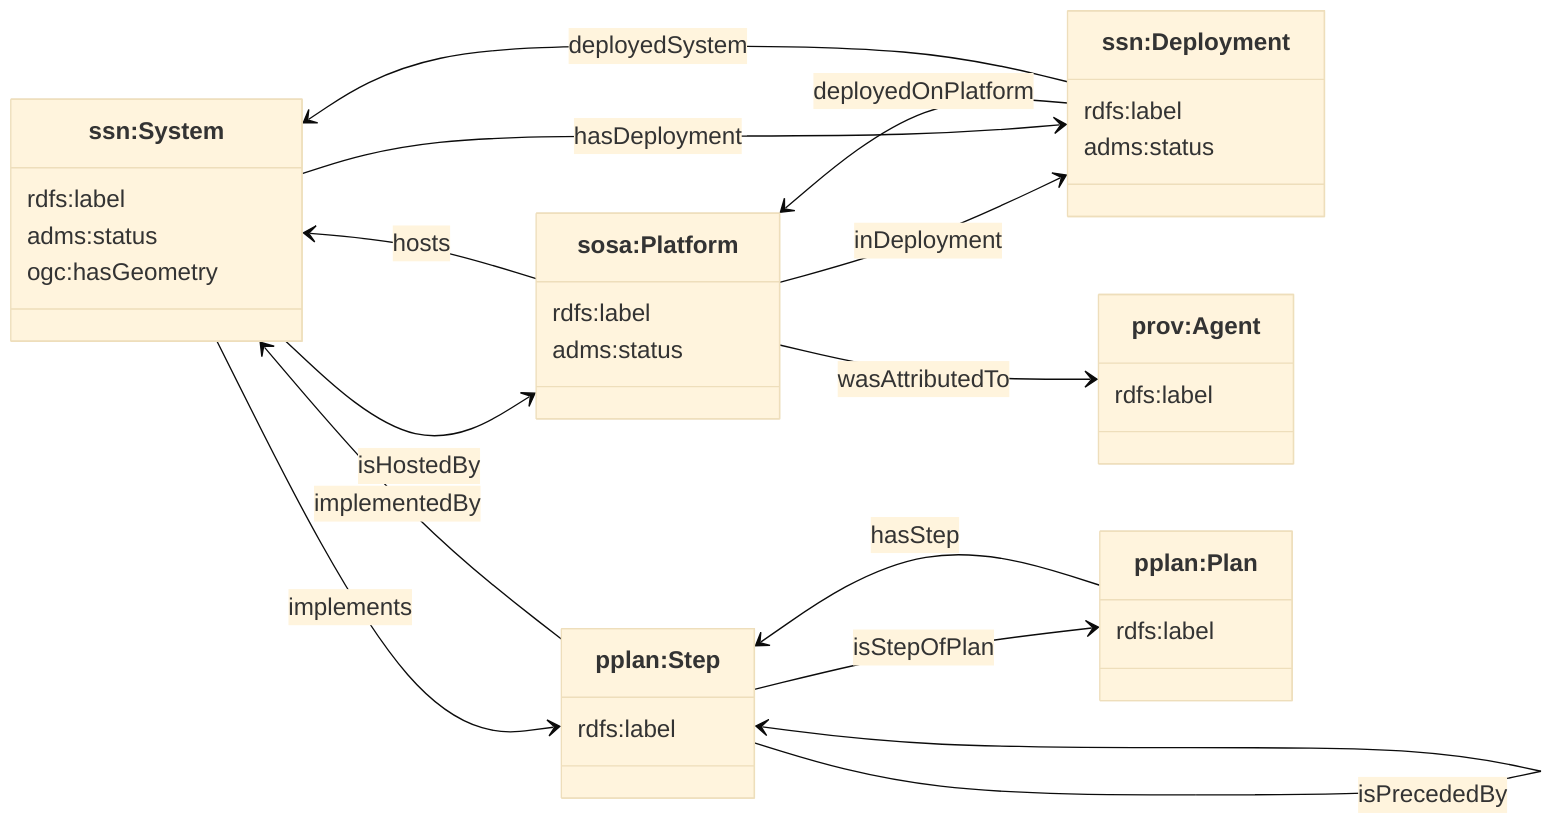
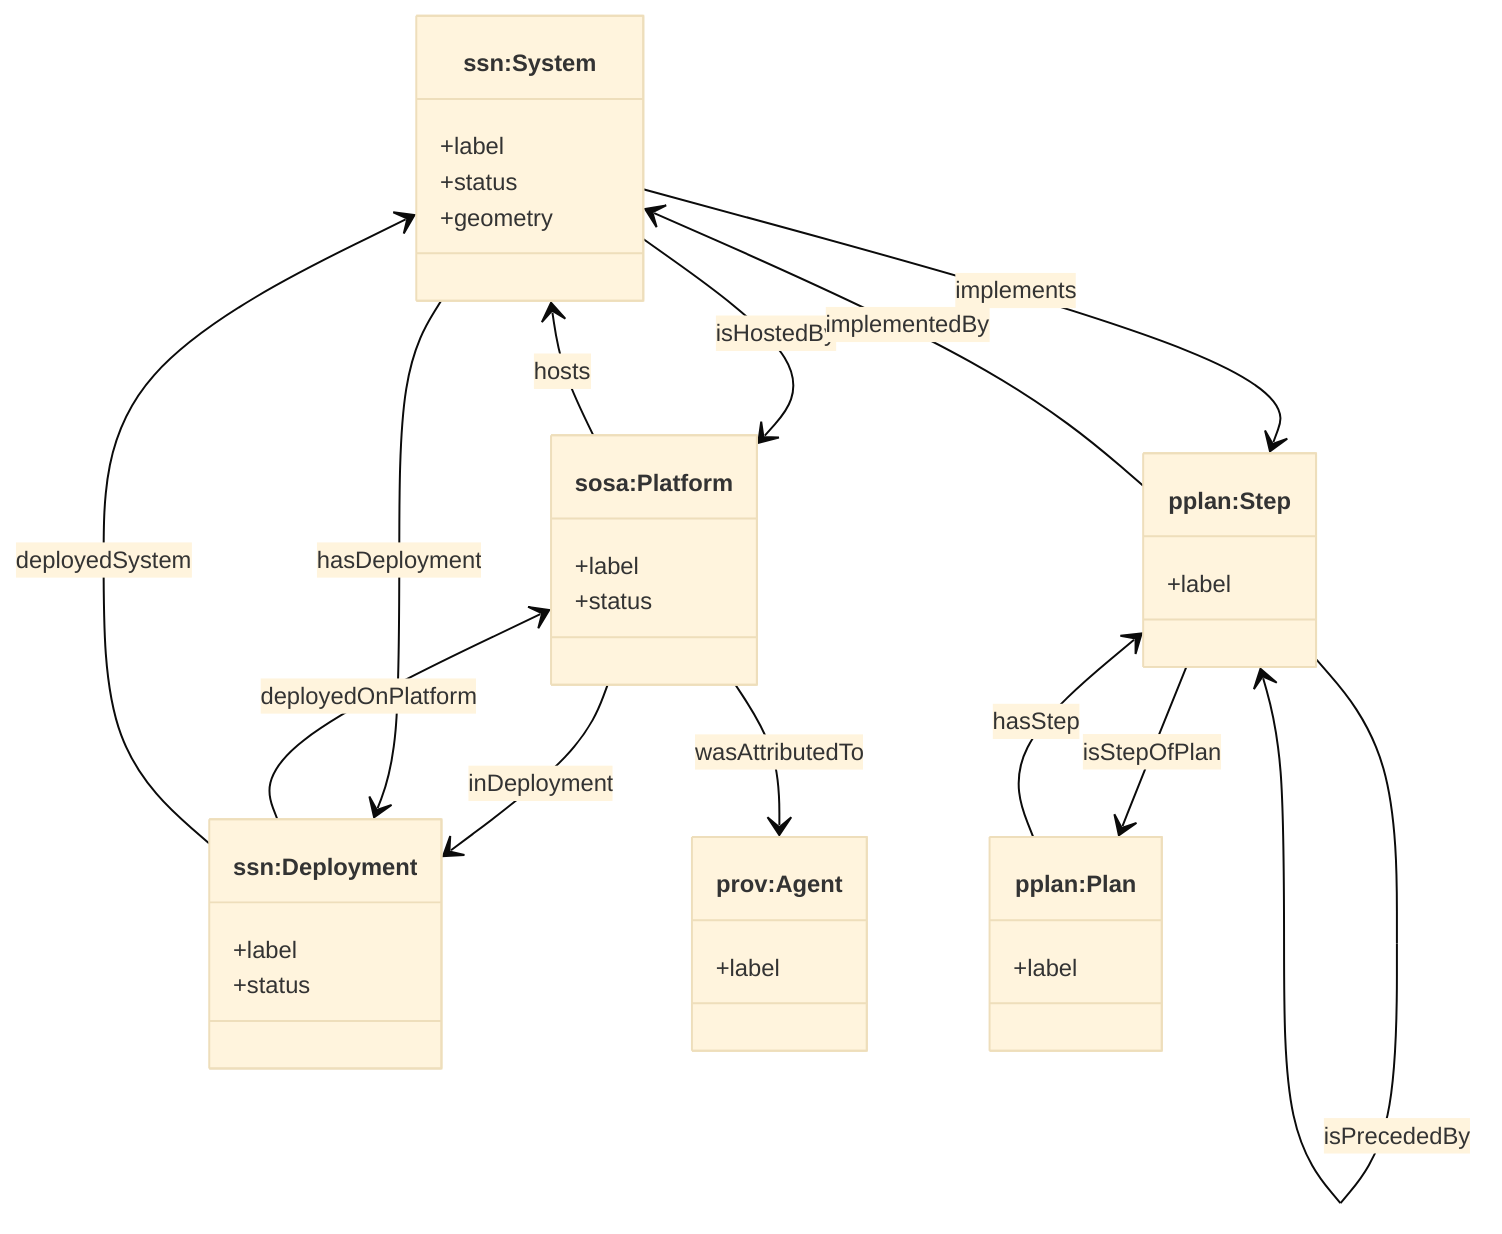
- %%{init: {"theme": "base", "themeVariables": {"fontSize": "18px"}}}%%
+ %%{init: {"theme": "base", "themeVariables": {"fontSize": "12px"}}}%%
classDiagram
-     direction LR
+     direction TB

-     %% ssn:System (mapped to EmissionPoint)
    class ssnSystem["ssn:System"] {
-         rdfs:label
-         adms:status
-         ogc:hasGeometry
+         +label
+         +status
+         +geometry
    }

-     %% sosa:Platform (mapped to OperationLocation)
    class sosPlatform["sosa:Platform"] {
-         rdfs:label
-         adms:status
+         +label
+         +status
    }

-     %% ssn:Deployment (mapped to Operation)
    class ssnDeployment["ssn:Deployment"] {
-         rdfs:label
-         adms:status
+         +label
+         +status
    }

-     %% prov:Agent (mapped to Operator)
    class provAgent["prov:Agent"] {
-         rdfs:label
+         +label
    }

-     %% pplan:Step/Plan (mapped to Process)
    class pplanStep["pplan:Step"] {
-         rdfs:label
+         +label
    }

    class pplanPlan["pplan:Plan"] {
-         rdfs:label
+         +label
    }

    ssnSystem --> sosPlatform : isHostedBy
    sosPlatform --> ssnSystem : hosts
    sosPlatform --> provAgent : wasAttributedTo
    ssnDeployment --> sosPlatform : deployedOnPlatform
    sosPlatform --> ssnDeployment : inDeployment
    ssnDeployment --> ssnSystem : deployedSystem
    ssnSystem --> ssnDeployment : hasDeployment
    pplanStep --> ssnSystem : implementedBy
    pplanPlan --> pplanStep : hasStep
    pplanStep --> pplanPlan : isStepOfPlan
    pplanStep --> pplanStep : isPrecededBy
    ssnSystem --> pplanStep : implements
